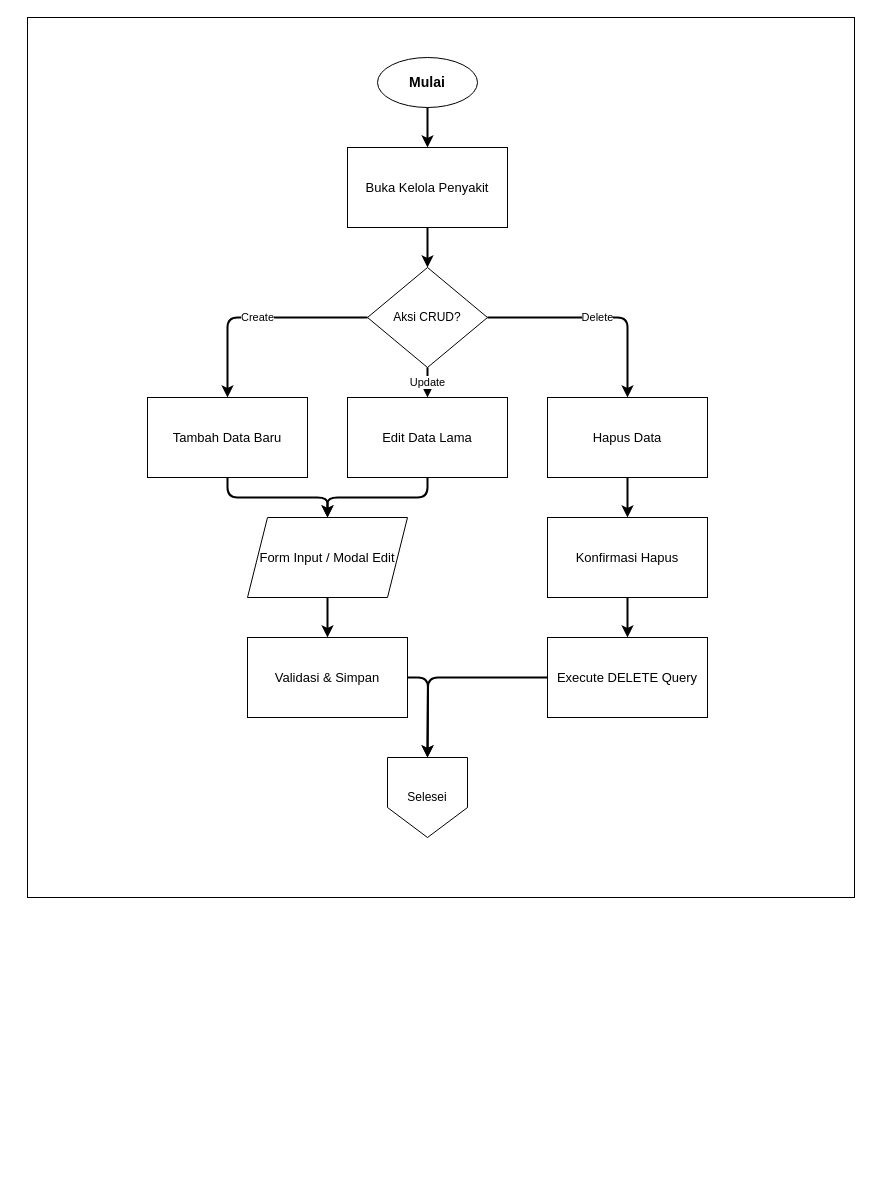
Earlier version of the draw.io diagram diagram/flowchart/admin_penyakit.drawio (Jinsky/Jinsky). Source tidied: cells renumbered, new cells numbered last; positions are measured from the earlier drawing's top-left corner, leaving out a move shared by most shapes. Both pictures are drawn from the tidied source at 100%, with x=0, y=0 at pixel (27, 17).
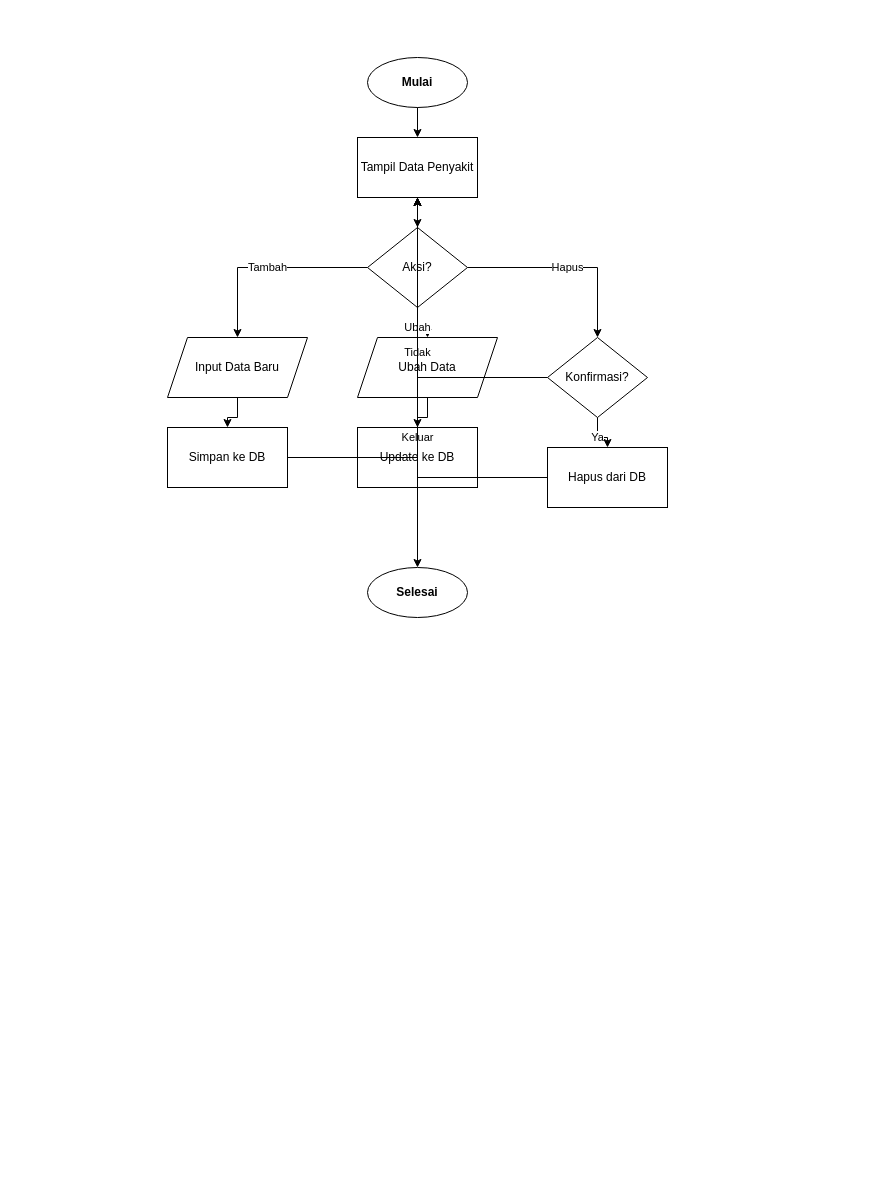
The same diagram, later.

Change to the diagram source:
```diff
@@
-    <mxCell id="2" style="rounded=0;whiteSpace=wrap;html=1;" parent="1" vertex="1">
-      <mxGeometry width="827" height="880" as="geometry" />
+    <mxCell id="2" style="rounded=0;whiteSpace=wrap;html=1;fillColor=#ffffff;strokeColor=none;" parent="1" vertex="1">
+      <mxGeometry x="-10" width="827" height="1169" as="geometry" />
     </mxCell>
+    <mxCell id="26" value="Mulai" style="ellipse;whiteSpace=wrap;html=1;fontStyle=1;fontSize=12;fillColor=#ffffff;strokeColor=#000000;" parent="1" vertex="1">
+      <mxGeometry x="340" y="40" width="100" height="50" as="geometry" />
+    </mxCell>
+    <mxCell id="27" value="Tampil Data Penyakit" style="rounded=0;whiteSpace=wrap;html=1;fontSize=12;fillColor=#ffffff;strokeColor=#000000;" parent="1" vertex="1">
+      <mxGeometry x="330" y="120" width="120" height="60" as="geometry" />
+    </mxCell>
-    <mxCell id="3" value="Mulai" style="ellipse;whiteSpace=wrap;html=1;fontStyle=1;fontSize=14;" parent="1" vertex="1">
-      <mxGeometry x="350" y="40" width="100" height="50" as="geometry" />
+    <mxCell id="3" value="Aksi?" style="rhombus;whiteSpace=wrap;html=1;fontSize=12;fillColor=#ffffff;strokeColor=#000000;" parent="1" vertex="1">
+      <mxGeometry x="340" y="210" width="100" height="80" as="geometry" />
     </mxCell>
-    <mxCell id="4" value="Buka Kelola Penyakit" style="rounded=0;whiteSpace=wrap;html=1;fontSize=13;" parent="1" vertex="1">
-      <mxGeometry x="320" y="130" width="160" height="80" as="geometry" />
+    <mxCell id="4" value="Input Data Baru" style="shape=parallelogram;perimeter=parallelogramPerimeter;whiteSpace=wrap;html=1;fixedSize=1;fontSize=12;fillColor=#ffffff;strokeColor=#000000;" parent="1" vertex="1">
+      <mxGeometry x="140" y="320" width="140" height="60" as="geometry" />
     </mxCell>
-    <mxCell id="5" value="Aksi CRUD?" style="rhombus;whiteSpace=wrap;html=1;fontSize=12;" parent="1" vertex="1">
-      <mxGeometry x="340" y="250" width="120" height="100" as="geometry" />
+    <mxCell id="5" value="Simpan ke DB" style="rounded=0;whiteSpace=wrap;html=1;fontSize=12;fillColor=#ffffff;strokeColor=#000000;" parent="1" vertex="1">
+      <mxGeometry x="140" y="410" width="120" height="60" as="geometry" />
     </mxCell>
-    <mxCell id="6" value="Tambah Data Baru" style="rounded=0;whiteSpace=wrap;html=1;fontSize=13;" parent="1" vertex="1">
-      <mxGeometry x="120" y="380" width="160" height="80" as="geometry" />
+    <mxCell id="6" value="Ubah Data" style="shape=parallelogram;perimeter=parallelogramPerimeter;whiteSpace=wrap;html=1;fixedSize=1;fontSize=12;fillColor=#ffffff;strokeColor=#000000;" parent="1" vertex="1">
+      <mxGeometry x="330" y="320" width="140" height="60" as="geometry" />
     </mxCell>
-    <mxCell id="7" value="Edit Data Lama" style="rounded=0;whiteSpace=wrap;html=1;fontSize=13;" parent="1" vertex="1">
-      <mxGeometry x="320" y="380" width="160" height="80" as="geometry" />
+    <mxCell id="7" value="Update ke DB" style="rounded=0;whiteSpace=wrap;html=1;fontSize=12;fillColor=#ffffff;strokeColor=#000000;" parent="1" vertex="1">
+      <mxGeometry x="330" y="410" width="120" height="60" as="geometry" />
     </mxCell>
-    <mxCell id="8" value="Hapus Data" style="rounded=0;whiteSpace=wrap;html=1;fontSize=13;" parent="1" vertex="1">
-      <mxGeometry x="520" y="380" width="160" height="80" as="geometry" />
+    <mxCell id="8" value="Konfirmasi?" style="rhombus;whiteSpace=wrap;html=1;fontSize=12;fillColor=#ffffff;strokeColor=#000000;" parent="1" vertex="1">
+      <mxGeometry x="520" y="320" width="100" height="80" as="geometry" />
     </mxCell>
-    <mxCell id="9" value="Form Input / Modal Edit" style="shape=parallelogram;perimeter=parallelogramPerimeter;whiteSpace=wrap;html=1;fixedSize=1;fontSize=13;" parent="1" vertex="1">
-      <mxGeometry x="220" y="500" width="160" height="80" as="geometry" />
+    <mxCell id="9" value="Hapus dari DB" style="rounded=0;whiteSpace=wrap;html=1;fontSize=12;fillColor=#ffffff;strokeColor=#000000;" parent="1" vertex="1">
+      <mxGeometry x="520" y="430" width="120" height="60" as="geometry" />
     </mxCell>
-    <mxCell id="10" value="Validasi &amp; Simpan" style="rounded=0;whiteSpace=wrap;html=1;fontSize=13;" parent="1" vertex="1">
-      <mxGeometry x="220" y="620" width="160" height="80" as="geometry" />
+    <mxCell id="10" value="Selesai" style="ellipse;whiteSpace=wrap;html=1;fontStyle=1;fontSize=12;fillColor=#ffffff;strokeColor=#000000;" parent="1" vertex="1">
+      <mxGeometry x="340" y="550" width="100" height="50" as="geometry" />
     </mxCell>
-    <mxCell id="11" value="Konfirmasi Hapus" style="rounded=0;whiteSpace=wrap;html=1;fontSize=13;" parent="1" vertex="1">
-      <mxGeometry x="520" y="500" width="160" height="80" as="geometry" />
+    <mxCell id="11" style="edgeStyle=orthogonalEdgeStyle;rounded=0;jettySize=auto;html=1;strokeColor=#000000;fontSize=11;" parent="1" edge="1" source="26" target="27">
+      <mxGeometry relative="1" as="geometry" />
     </mxCell>
-    <mxCell id="12" value="Execute DELETE Query" style="rounded=0;whiteSpace=wrap;html=1;fontSize=13;" parent="1" vertex="1">
-      <mxGeometry x="520" y="620" width="160" height="80" as="geometry" />
+    <mxCell id="12" style="edgeStyle=orthogonalEdgeStyle;rounded=0;jettySize=auto;html=1;strokeColor=#000000;fontSize=11;" parent="1" edge="1" source="27" target="3">
+      <mxGeometry relative="1" as="geometry" />
     </mxCell>
-    <mxCell id="13" style="edgeStyle=orthogonalEdgeStyle;rounded=1;jettySize=auto;html=1;strokeWidth=2;fontSize=11;" parent="1" edge="1" source="3" target="4">
+    <mxCell id="13" value="Tambah" style="edgeStyle=orthogonalEdgeStyle;rounded=0;jettySize=auto;html=1;strokeColor=#000000;fontSize=11;" parent="1" edge="1" source="3" target="4">
       <mxGeometry relative="1" as="geometry" />
     </mxCell>
+    <mxCell id="28" value="Ubah" style="edgeStyle=orthogonalEdgeStyle;rounded=0;jettySize=auto;html=1;strokeColor=#000000;fontSize=11;" parent="1" edge="1" source="3" target="6">
+      <mxGeometry relative="1" as="geometry" />
+    </mxCell>
+    <mxCell id="29" value="Hapus" style="edgeStyle=orthogonalEdgeStyle;rounded=0;jettySize=auto;html=1;strokeColor=#000000;fontSize=11;" parent="1" edge="1" source="3" target="8">
+      <mxGeometry relative="1" as="geometry" />
+    </mxCell>
+    <mxCell id="30" value="Keluar" style="edgeStyle=orthogonalEdgeStyle;rounded=0;jettySize=auto;html=1;strokeColor=#000000;fontSize=11;" parent="1" edge="1" source="3" target="10">
+      <mxGeometry relative="1" as="geometry" />
+    </mxCell>
-    <mxCell id="14" style="edgeStyle=orthogonalEdgeStyle;rounded=1;jettySize=auto;html=1;strokeWidth=2;fontSize=11;" parent="1" edge="1" source="4" target="5">
+    <mxCell id="14" style="edgeStyle=orthogonalEdgeStyle;rounded=0;jettySize=auto;html=1;strokeColor=#000000;fontSize=11;" parent="1" edge="1" source="4" target="5">
       <mxGeometry relative="1" as="geometry" />
     </mxCell>
-    <mxCell id="15" value="Create" style="edgeStyle=orthogonalEdgeStyle;rounded=1;jettySize=auto;html=1;strokeWidth=2;fontSize=11;" parent="1" edge="1" source="5" target="6">
-      <mxGeometry relative="1" as="geometry" />
-    </mxCell>
-    <mxCell id="16" value="Update" style="edgeStyle=orthogonalEdgeStyle;rounded=1;jettySize=auto;html=1;strokeWidth=2;fontSize=11;" parent="1" edge="1" source="5" target="7">
-      <mxGeometry relative="1" as="geometry" />
-    </mxCell>
-    <mxCell id="17" value="Delete" style="edgeStyle=orthogonalEdgeStyle;rounded=1;jettySize=auto;html=1;strokeWidth=2;fontSize=11;" parent="1" edge="1" source="5" target="8">
-      <mxGeometry relative="1" as="geometry" />
-    </mxCell>
-    <mxCell id="18" style="edgeStyle=orthogonalEdgeStyle;rounded=1;jettySize=auto;html=1;strokeWidth=2;fontSize=11;" parent="1" edge="1" source="6" target="9">
-      <mxGeometry relative="1" as="geometry" />
-    </mxCell>
-    <mxCell id="19" style="edgeStyle=orthogonalEdgeStyle;rounded=1;jettySize=auto;html=1;strokeWidth=2;fontSize=11;" parent="1" edge="1" source="7" target="9">
-      <mxGeometry relative="1" as="geometry" />
-    </mxCell>
-    <mxCell id="20" style="edgeStyle=orthogonalEdgeStyle;rounded=1;jettySize=auto;html=1;strokeWidth=2;fontSize=11;" parent="1" edge="1" source="9" target="10">
-      <mxGeometry relative="1" as="geometry" />
-    </mxCell>
-    <mxCell id="21" style="edgeStyle=orthogonalEdgeStyle;rounded=1;jettySize=auto;html=1;strokeWidth=2;fontSize=11;" parent="1" edge="1" source="10">
-      <mxGeometry relative="1" as="geometry">
-        <mxPoint x="400" y="740" as="targetPoint" />
-      </mxGeometry>
-    </mxCell>
-    <mxCell id="22" style="edgeStyle=orthogonalEdgeStyle;rounded=1;jettySize=auto;html=1;strokeWidth=2;fontSize=11;" parent="1" edge="1" source="8" target="11">
-      <mxGeometry relative="1" as="geometry" />
-    </mxCell>
-    <mxCell id="23" style="edgeStyle=orthogonalEdgeStyle;rounded=1;jettySize=auto;html=1;strokeWidth=2;fontSize=11;" parent="1" edge="1" source="11" target="12">
-      <mxGeometry relative="1" as="geometry" />
-    </mxCell>
-    <mxCell id="24" style="edgeStyle=orthogonalEdgeStyle;rounded=1;jettySize=auto;html=1;strokeWidth=2;fontSize=11;" parent="1" edge="1" source="12">
-      <mxGeometry relative="1" as="geometry">
-        <mxPoint x="400" y="740" as="targetPoint" />
-      </mxGeometry>
-    </mxCell>
-    <mxCell id="25" value="Selesei" style="shape=offPageConnector;whiteSpace=wrap;html=1;" parent="1" vertex="1">
-      <mxGeometry x="360" y="740" width="80" height="80" as="geometry" />
-    </mxCell>
+    <mxCell id="31" style="edgeStyle=orthogonalEdgeStyle;rounded=0;jettySize=auto;html=1;strokeColor=#000000;fontSize=11;" parent="1" edge="1" source="5" target="27">
+      <mxGeometry relative="1" as="geometry" />
+    </mxCell>
+    <mxCell id="32" style="edgeStyle=orthogonalEdgeStyle;rounded=0;jettySize=auto;html=1;strokeColor=#000000;fontSize=11;" parent="1" edge="1" source="6" target="7">
+      <mxGeometry relative="1" as="geometry" />
+    </mxCell>
+    <mxCell id="33" style="edgeStyle=orthogonalEdgeStyle;rounded=0;jettySize=auto;html=1;strokeColor=#000000;fontSize=11;" parent="1" edge="1" source="7" target="27">
+      <mxGeometry relative="1" as="geometry" />
+    </mxCell>
+    <mxCell id="34" value="Ya" style="edgeStyle=orthogonalEdgeStyle;rounded=0;jettySize=auto;html=1;strokeColor=#000000;fontSize=11;" parent="1" edge="1" source="8" target="9">
+      <mxGeometry relative="1" as="geometry" />
+    </mxCell>
+    <mxCell id="35" value="Tidak" style="edgeStyle=orthogonalEdgeStyle;rounded=0;jettySize=auto;html=1;strokeColor=#000000;fontSize=11;" parent="1" edge="1" source="8" target="27">
+      <mxGeometry relative="1" as="geometry" />
+    </mxCell>
+    <mxCell id="36" style="edgeStyle=orthogonalEdgeStyle;rounded=0;jettySize=auto;html=1;strokeColor=#000000;fontSize=11;" parent="1" edge="1" source="9" target="27">
+      <mxGeometry relative="1" as="geometry" />
+    </mxCell>
```
